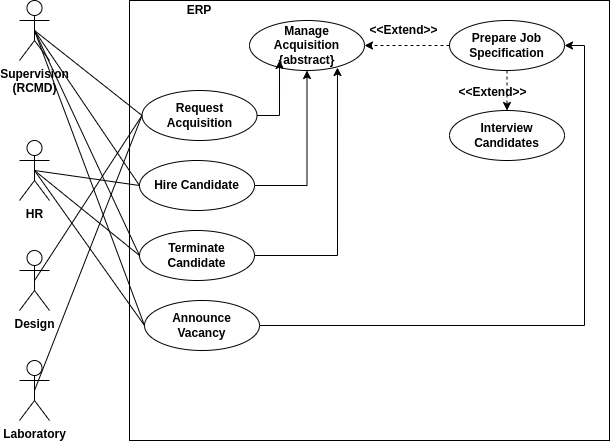
This is stadia/documentation/system-documentation/usecases/acquisition_usecase.drawio.png from Simonbelete/odoo-modules, a draw.io export, as it was before one commit. Source tidied: cells renumbered, new cells last; positions are measured from the earlier drawing's top-left corner, leaving out a move shared by most shapes. The source it was exported from:
```xml
<mxGraphModel>
  <root>
    <mxCell id="0" />
    <mxCell id="1" parent="0" />
    <mxCell id="2" value="Supervision&lt;br&gt;(RCMD)" style="shape=umlActor;verticalLabelPosition=bottom;labelBackgroundColor=#ffffff;verticalAlign=top;html=1;outlineConnect=0;fontStyle=1;" parent="1" vertex="1">
      <mxGeometry width="30" height="60" as="geometry" />
    </mxCell>
    <mxCell id="3" style="rounded=0;whiteSpace=wrap;html=1;" parent="1" vertex="1">
      <mxGeometry x="110" width="480" height="440" as="geometry" />
    </mxCell>
    <mxCell id="4" value="ERP" style="text;html=1;strokeColor=none;fillColor=none;align=center;verticalAlign=middle;whiteSpace=wrap;rounded=0;fontStyle=1;" parent="1" vertex="1">
      <mxGeometry x="120" width="120" height="20" as="geometry" />
    </mxCell>
    <mxCell id="5" value="Manage Acquisition&lt;br&gt;{abstract}" style="ellipse;whiteSpace=wrap;html=1;fontStyle=1;align=center;horizontal=1;labelBackgroundColor=none;labelBorderColor=none;shadow=0;" parent="1" vertex="1">
      <mxGeometry x="230" y="20" width="115" height="50" as="geometry" />
    </mxCell>
    <mxCell id="6" style="edgeStyle=orthogonalEdgeStyle;rounded=0;jettySize=auto;html=1;exitX=1;exitY=0.5;exitDx=0;exitDy=0;entryX=0.261;entryY=0.8;entryDx=0;entryDy=0;entryPerimeter=0;" parent="1" edge="1" source="7" target="5">
      <mxGeometry relative="1" as="geometry" />
    </mxCell>
    <mxCell id="7" value="Request&lt;br&gt;Acquisition" style="ellipse;whiteSpace=wrap;html=1;fontStyle=1;align=center;horizontal=1;labelBackgroundColor=none;labelBorderColor=none;shadow=0;" parent="1" vertex="1">
      <mxGeometry x="122.5" y="90" width="115" height="50" as="geometry" />
    </mxCell>
    <mxCell id="8" style="edgeStyle=orthogonalEdgeStyle;rounded=0;jettySize=auto;html=1;exitX=1;exitY=0.5;exitDx=0;exitDy=0;" parent="1" edge="1" source="9" target="5">
      <mxGeometry relative="1" as="geometry" />
    </mxCell>
    <mxCell id="9" value="Hire Candidate" style="ellipse;whiteSpace=wrap;html=1;fontStyle=1;align=center;horizontal=1;labelBackgroundColor=none;labelBorderColor=none;shadow=0;" parent="1" vertex="1">
      <mxGeometry x="120" y="160" width="115" height="50" as="geometry" />
    </mxCell>
    <mxCell id="10" style="edgeStyle=orthogonalEdgeStyle;rounded=0;jettySize=auto;html=1;exitX=1;exitY=0.5;exitDx=0;exitDy=0;entryX=0.765;entryY=0.94;entryDx=0;entryDy=0;entryPerimeter=0;" parent="1" edge="1" source="11" target="5">
      <mxGeometry relative="1" as="geometry" />
    </mxCell>
    <mxCell id="11" value="Terminate Candidate" style="ellipse;whiteSpace=wrap;html=1;fontStyle=1;align=center;horizontal=1;labelBackgroundColor=none;labelBorderColor=none;shadow=0;" parent="1" vertex="1">
      <mxGeometry x="120" y="230" width="115" height="50" as="geometry" />
    </mxCell>
    <mxCell id="12" style="endArrow=none;html=1;entryX=0;entryY=0.5;entryDx=0;entryDy=0;exitX=0.5;exitY=0.5;exitDx=0;exitDy=0;exitPerimeter=0;" parent="1" edge="1" source="2" target="9">
      <mxGeometry relative="1" as="geometry" />
    </mxCell>
    <mxCell id="13" value="HR" style="shape=umlActor;verticalLabelPosition=bottom;labelBackgroundColor=#ffffff;verticalAlign=top;html=1;outlineConnect=0;fontStyle=1;" parent="1" vertex="1">
      <mxGeometry y="140" width="30" height="60" as="geometry" />
    </mxCell>
    <mxCell id="14" style="endArrow=none;html=1;entryX=0;entryY=0.5;entryDx=0;entryDy=0;exitX=0.5;exitY=0.5;exitDx=0;exitDy=0;exitPerimeter=0;" parent="1" edge="1" source="2" target="7">
      <mxGeometry relative="1" as="geometry" />
    </mxCell>
    <mxCell id="15" value="Design&lt;br&gt;" style="shape=umlActor;verticalLabelPosition=bottom;labelBackgroundColor=#ffffff;verticalAlign=top;html=1;outlineConnect=0;fontStyle=1;" parent="1" vertex="1">
      <mxGeometry y="250" width="30" height="60" as="geometry" />
    </mxCell>
    <mxCell id="16" value="Laboratory" style="shape=umlActor;verticalLabelPosition=bottom;labelBackgroundColor=#ffffff;verticalAlign=top;html=1;outlineConnect=0;fontStyle=1;" parent="1" vertex="1">
      <mxGeometry y="360" width="30" height="60" as="geometry" />
    </mxCell>
    <mxCell id="17" value="Prepare Job&lt;br&gt;Specification" style="ellipse;whiteSpace=wrap;html=1;fontStyle=1;align=center;horizontal=1;labelBackgroundColor=none;labelBorderColor=none;shadow=0;" parent="1" vertex="1">
      <mxGeometry x="430" y="20" width="115" height="50" as="geometry" />
    </mxCell>
    <mxCell id="18" value="&amp;lt;&amp;lt;Extend&amp;gt;&amp;gt;" style="html=1;verticalAlign=middle;entryX=1;entryY=0.5;entryDx=0;entryDy=0;fontSize=12;fontStyle=1;fillColor=#ffffff;labelBackgroundColor=none;labelBorderColor=none;exitX=0;exitY=0.5;exitDx=0;exitDy=0;dashed=1;" parent="1" edge="1" source="17" target="5">
      <mxGeometry x="0.09" y="-15" relative="1" as="geometry" />
    </mxCell>
    <mxCell id="19" value="Interview&lt;br&gt;Candidates" style="ellipse;whiteSpace=wrap;html=1;fontStyle=1;align=center;horizontal=1;labelBackgroundColor=none;labelBorderColor=none;shadow=0;" parent="1" vertex="1">
      <mxGeometry x="430" y="110" width="115" height="50" as="geometry" />
    </mxCell>
    <mxCell id="20" value="&amp;lt;&amp;lt;Extend&amp;gt;&amp;gt;" style="html=1;verticalAlign=middle;entryX=0.5;entryY=0;entryDx=0;entryDy=0;fontSize=12;fontStyle=1;fillColor=#ffffff;labelBackgroundColor=none;labelBorderColor=none;exitX=0.5;exitY=1;exitDx=0;exitDy=0;dashed=1;" parent="1" edge="1" source="17" target="19">
      <mxGeometry x="0.09" y="-15" relative="1" as="geometry" />
    </mxCell>
    <mxCell id="21" style="endArrow=none;html=1;entryX=0;entryY=0.5;entryDx=0;entryDy=0;exitX=0.5;exitY=0.5;exitDx=0;exitDy=0;exitPerimeter=0;" parent="1" edge="1" source="2" target="11">
      <mxGeometry relative="1" as="geometry" />
    </mxCell>
    <mxCell id="22" style="endArrow=none;html=1;entryX=0;entryY=0.5;entryDx=0;entryDy=0;exitX=0.5;exitY=0.5;exitDx=0;exitDy=0;exitPerimeter=0;" parent="1" edge="1" source="13" target="9">
      <mxGeometry relative="1" as="geometry" />
    </mxCell>
    <mxCell id="23" style="endArrow=none;html=1;entryX=0;entryY=0.5;entryDx=0;entryDy=0;exitX=0.5;exitY=0.5;exitDx=0;exitDy=0;exitPerimeter=0;" parent="1" edge="1" source="13" target="11">
      <mxGeometry relative="1" as="geometry" />
    </mxCell>
    <mxCell id="24" style="edgeStyle=orthogonalEdgeStyle;rounded=0;jettySize=auto;html=1;exitX=1;exitY=0.5;exitDx=0;exitDy=0;entryX=1;entryY=0.5;entryDx=0;entryDy=0;" parent="1" edge="1" source="25" target="17">
      <mxGeometry relative="1" as="geometry" />
    </mxCell>
    <mxCell id="25" value="Announce&lt;br&gt;Vacancy" style="ellipse;whiteSpace=wrap;html=1;fontStyle=1;align=center;horizontal=1;labelBackgroundColor=none;labelBorderColor=none;shadow=0;" parent="1" vertex="1">
      <mxGeometry x="125" y="300" width="115" height="50" as="geometry" />
    </mxCell>
    <mxCell id="26" style="endArrow=none;html=1;entryX=0;entryY=0.5;entryDx=0;entryDy=0;exitX=0.5;exitY=0.5;exitDx=0;exitDy=0;exitPerimeter=0;" parent="1" edge="1" source="13" target="25">
      <mxGeometry relative="1" as="geometry" />
    </mxCell>
    <mxCell id="27" style="endArrow=none;html=1;entryX=0;entryY=0.5;entryDx=0;entryDy=0;exitX=0.5;exitY=0.5;exitDx=0;exitDy=0;exitPerimeter=0;" parent="1" edge="1" source="2" target="25">
      <mxGeometry relative="1" as="geometry" />
    </mxCell>
    <mxCell id="28" style="endArrow=none;html=1;entryX=0;entryY=0.5;entryDx=0;entryDy=0;exitX=0.5;exitY=0.5;exitDx=0;exitDy=0;exitPerimeter=0;" parent="1" edge="1" source="15" target="7">
      <mxGeometry relative="1" as="geometry" />
    </mxCell>
    <mxCell id="29" style="endArrow=none;html=1;entryX=0;entryY=0.5;entryDx=0;entryDy=0;exitX=0.5;exitY=0.5;exitDx=0;exitDy=0;exitPerimeter=0;" parent="1" edge="1" source="16" target="7">
      <mxGeometry relative="1" as="geometry" />
    </mxCell>
  </root>
</mxGraphModel>
```
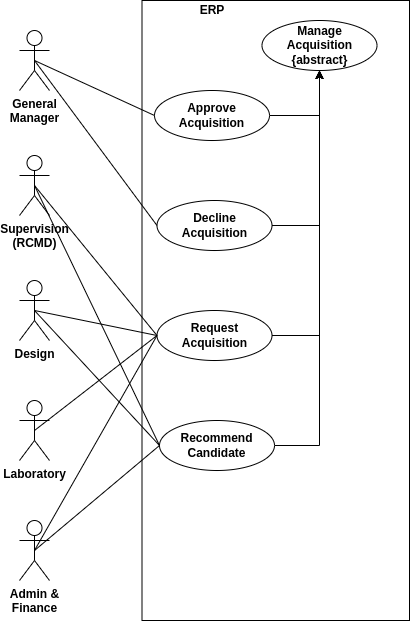
The same diagram one commit later.

Commit message:
docs(stadia srs): aquisiton usecase

Change to the diagram source:
```diff
@@ -2,89 +2,82 @@
   <root>
     <mxCell id="0" />
     <mxCell id="1" parent="0" />
-    <mxCell id="2" value="Supervision&lt;br&gt;(RCMD)" style="shape=umlActor;verticalLabelPosition=bottom;labelBackgroundColor=#ffffff;verticalAlign=top;html=1;outlineConnect=0;fontStyle=1;" parent="1" vertex="1">
-      <mxGeometry width="30" height="60" as="geometry" />
-    </mxCell>
-    <mxCell id="3" style="rounded=0;whiteSpace=wrap;html=1;" parent="1" vertex="1">
-      <mxGeometry x="110" width="480" height="440" as="geometry" />
-    </mxCell>
+    <mxCell id="30" style="rounded=0;whiteSpace=wrap;html=1;" parent="1" vertex="1">
+      <mxGeometry x="72.5" y="-1030" width="267.5" height="620" as="geometry" />
+    </mxCell>
     <mxCell id="4" value="ERP" style="text;html=1;strokeColor=none;fillColor=none;align=center;verticalAlign=middle;whiteSpace=wrap;rounded=0;fontStyle=1;" parent="1" vertex="1">
-      <mxGeometry x="120" width="120" height="20" as="geometry" />
+      <mxGeometry x="82.5" y="-1030" width="120" height="20" as="geometry" />
     </mxCell>
     <mxCell id="5" value="Manage Acquisition&lt;br&gt;{abstract}" style="ellipse;whiteSpace=wrap;html=1;fontStyle=1;align=center;horizontal=1;labelBackgroundColor=none;labelBorderColor=none;shadow=0;" parent="1" vertex="1">
-      <mxGeometry x="230" y="20" width="115" height="50" as="geometry" />
+      <mxGeometry x="192.5" y="-1010" width="115" height="50" as="geometry" />
     </mxCell>
+    <mxCell id="31" style="edgeStyle=orthogonalEdgeStyle;rounded=0;jettySize=auto;html=1;exitX=1;exitY=0.5;exitDx=0;exitDy=0;entryX=0.5;entryY=1;entryDx=0;entryDy=0;" parent="1" edge="1" source="32" target="5">
+      <mxGeometry relative="1" as="geometry" />
+    </mxCell>
+    <mxCell id="32" value="Approve&lt;br&gt;Acquisition" style="ellipse;whiteSpace=wrap;html=1;fontStyle=1;align=center;horizontal=1;labelBackgroundColor=none;labelBorderColor=none;shadow=0;" parent="1" vertex="1">
+      <mxGeometry x="85" y="-940" width="115" height="50" as="geometry" />
+    </mxCell>
-    <mxCell id="6" style="edgeStyle=orthogonalEdgeStyle;rounded=0;jettySize=auto;html=1;exitX=1;exitY=0.5;exitDx=0;exitDy=0;entryX=0.261;entryY=0.8;entryDx=0;entryDy=0;entryPerimeter=0;" parent="1" edge="1" source="7" target="5">
+    <mxCell id="6" style="edgeStyle=orthogonalEdgeStyle;rounded=0;jettySize=auto;html=1;exitX=1;exitY=0.5;exitDx=0;exitDy=0;entryX=0.5;entryY=1;entryDx=0;entryDy=0;" parent="1" edge="1" source="7" target="5">
       <mxGeometry relative="1" as="geometry" />
     </mxCell>
     <mxCell id="7" value="Request&lt;br&gt;Acquisition" style="ellipse;whiteSpace=wrap;html=1;fontStyle=1;align=center;horizontal=1;labelBackgroundColor=none;labelBorderColor=none;shadow=0;" parent="1" vertex="1">
-      <mxGeometry x="122.5" y="90" width="115" height="50" as="geometry" />
+      <mxGeometry x="87.5" y="-720" width="115" height="50" as="geometry" />
     </mxCell>
-    <mxCell id="8" style="edgeStyle=orthogonalEdgeStyle;rounded=0;jettySize=auto;html=1;exitX=1;exitY=0.5;exitDx=0;exitDy=0;" parent="1" edge="1" source="9" target="5">
-      <mxGeometry relative="1" as="geometry" />
-    </mxCell>
-    <mxCell id="9" value="Hire Candidate" style="ellipse;whiteSpace=wrap;html=1;fontStyle=1;align=center;horizontal=1;labelBackgroundColor=none;labelBorderColor=none;shadow=0;" parent="1" vertex="1">
-      <mxGeometry x="120" y="160" width="115" height="50" as="geometry" />
-    </mxCell>
-    <mxCell id="10" style="edgeStyle=orthogonalEdgeStyle;rounded=0;jettySize=auto;html=1;exitX=1;exitY=0.5;exitDx=0;exitDy=0;entryX=0.765;entryY=0.94;entryDx=0;entryDy=0;entryPerimeter=0;" parent="1" edge="1" source="11" target="5">
-      <mxGeometry relative="1" as="geometry" />
-    </mxCell>
-    <mxCell id="11" value="Terminate Candidate" style="ellipse;whiteSpace=wrap;html=1;fontStyle=1;align=center;horizontal=1;labelBackgroundColor=none;labelBorderColor=none;shadow=0;" parent="1" vertex="1">
-      <mxGeometry x="120" y="230" width="115" height="50" as="geometry" />
-    </mxCell>
-    <mxCell id="12" style="endArrow=none;html=1;entryX=0;entryY=0.5;entryDx=0;entryDy=0;exitX=0.5;exitY=0.5;exitDx=0;exitDy=0;exitPerimeter=0;" parent="1" edge="1" source="2" target="9">
-      <mxGeometry relative="1" as="geometry" />
-    </mxCell>
-    <mxCell id="13" value="HR" style="shape=umlActor;verticalLabelPosition=bottom;labelBackgroundColor=#ffffff;verticalAlign=top;html=1;outlineConnect=0;fontStyle=1;" parent="1" vertex="1">
-      <mxGeometry y="140" width="30" height="60" as="geometry" />
-    </mxCell>
+    <mxCell id="33" style="edgeStyle=orthogonalEdgeStyle;rounded=0;jettySize=auto;html=1;exitX=1;exitY=0.5;exitDx=0;exitDy=0;" parent="1" edge="1" source="34">
+      <mxGeometry relative="1" as="geometry">
+        <mxPoint x="250" y="-960" as="targetPoint" />
+      </mxGeometry>
+    </mxCell>
+    <mxCell id="34" value="Decline&lt;br&gt;Acquisition" style="ellipse;whiteSpace=wrap;html=1;fontStyle=1;align=center;horizontal=1;labelBackgroundColor=none;labelBorderColor=none;shadow=0;" parent="1" vertex="1">
+      <mxGeometry x="87.5" y="-830" width="115" height="50" as="geometry" />
+    </mxCell>
+    <mxCell id="35" value="General&lt;br&gt;Manager" style="shape=umlActor;verticalLabelPosition=bottom;labelBackgroundColor=#ffffff;verticalAlign=top;html=1;outlineConnect=0;fontStyle=1;" parent="1" vertex="1">
+      <mxGeometry x="-50" y="-1000" width="30" height="60" as="geometry" />
+    </mxCell>
+    <mxCell id="36" style="endArrow=none;html=1;entryX=0;entryY=0.5;entryDx=0;entryDy=0;exitX=0.5;exitY=0.5;exitDx=0;exitDy=0;exitPerimeter=0;" parent="1" edge="1" source="35" target="32">
+      <mxGeometry relative="1" as="geometry" />
+    </mxCell>
+    <mxCell id="37" style="endArrow=none;html=1;entryX=0;entryY=0.5;entryDx=0;entryDy=0;exitX=0.5;exitY=0.5;exitDx=0;exitDy=0;exitPerimeter=0;" parent="1" edge="1" source="35" target="34">
+      <mxGeometry relative="1" as="geometry" />
+    </mxCell>
+    <mxCell id="2" value="Supervision&lt;br&gt;(RCMD)" style="shape=umlActor;verticalLabelPosition=bottom;labelBackgroundColor=#ffffff;verticalAlign=top;html=1;outlineConnect=0;fontStyle=1;" parent="1" vertex="1">
+      <mxGeometry x="-50" y="-875" width="30" height="60" as="geometry" />
+    </mxCell>
     <mxCell id="14" style="endArrow=none;html=1;entryX=0;entryY=0.5;entryDx=0;entryDy=0;exitX=0.5;exitY=0.5;exitDx=0;exitDy=0;exitPerimeter=0;" parent="1" edge="1" source="2" target="7">
       <mxGeometry relative="1" as="geometry" />
     </mxCell>
     <mxCell id="15" value="Design&lt;br&gt;" style="shape=umlActor;verticalLabelPosition=bottom;labelBackgroundColor=#ffffff;verticalAlign=top;html=1;outlineConnect=0;fontStyle=1;" parent="1" vertex="1">
-      <mxGeometry y="250" width="30" height="60" as="geometry" />
+      <mxGeometry x="-50" y="-750" width="30" height="60" as="geometry" />
     </mxCell>
+    <mxCell id="28" style="endArrow=none;html=1;entryX=0;entryY=0.5;entryDx=0;entryDy=0;exitX=0.5;exitY=0.5;exitDx=0;exitDy=0;exitPerimeter=0;" parent="1" edge="1" source="15" target="7">
+      <mxGeometry relative="1" as="geometry" />
+    </mxCell>
     <mxCell id="16" value="Laboratory" style="shape=umlActor;verticalLabelPosition=bottom;labelBackgroundColor=#ffffff;verticalAlign=top;html=1;outlineConnect=0;fontStyle=1;" parent="1" vertex="1">
-      <mxGeometry y="360" width="30" height="60" as="geometry" />
+      <mxGeometry x="-50" y="-630" width="30" height="60" as="geometry" />
     </mxCell>
-    <mxCell id="17" value="Prepare Job&lt;br&gt;Specification" style="ellipse;whiteSpace=wrap;html=1;fontStyle=1;align=center;horizontal=1;labelBackgroundColor=none;labelBorderColor=none;shadow=0;" parent="1" vertex="1">
-      <mxGeometry x="430" y="20" width="115" height="50" as="geometry" />
-    </mxCell>
-    <mxCell id="18" value="&amp;lt;&amp;lt;Extend&amp;gt;&amp;gt;" style="html=1;verticalAlign=middle;entryX=1;entryY=0.5;entryDx=0;entryDy=0;fontSize=12;fontStyle=1;fillColor=#ffffff;labelBackgroundColor=none;labelBorderColor=none;exitX=0;exitY=0.5;exitDx=0;exitDy=0;dashed=1;" parent="1" edge="1" source="17" target="5">
-      <mxGeometry x="0.09" y="-15" relative="1" as="geometry" />
-    </mxCell>
-    <mxCell id="19" value="Interview&lt;br&gt;Candidates" style="ellipse;whiteSpace=wrap;html=1;fontStyle=1;align=center;horizontal=1;labelBackgroundColor=none;labelBorderColor=none;shadow=0;" parent="1" vertex="1">
-      <mxGeometry x="430" y="110" width="115" height="50" as="geometry" />
-    </mxCell>
-    <mxCell id="20" value="&amp;lt;&amp;lt;Extend&amp;gt;&amp;gt;" style="html=1;verticalAlign=middle;entryX=0.5;entryY=0;entryDx=0;entryDy=0;fontSize=12;fontStyle=1;fillColor=#ffffff;labelBackgroundColor=none;labelBorderColor=none;exitX=0.5;exitY=1;exitDx=0;exitDy=0;dashed=1;" parent="1" edge="1" source="17" target="19">
-      <mxGeometry x="0.09" y="-15" relative="1" as="geometry" />
-    </mxCell>
-    <mxCell id="21" style="endArrow=none;html=1;entryX=0;entryY=0.5;entryDx=0;entryDy=0;exitX=0.5;exitY=0.5;exitDx=0;exitDy=0;exitPerimeter=0;" parent="1" edge="1" source="2" target="11">
-      <mxGeometry relative="1" as="geometry" />
-    </mxCell>
-    <mxCell id="22" style="endArrow=none;html=1;entryX=0;entryY=0.5;entryDx=0;entryDy=0;exitX=0.5;exitY=0.5;exitDx=0;exitDy=0;exitPerimeter=0;" parent="1" edge="1" source="13" target="9">
-      <mxGeometry relative="1" as="geometry" />
-    </mxCell>
-    <mxCell id="23" style="endArrow=none;html=1;entryX=0;entryY=0.5;entryDx=0;entryDy=0;exitX=0.5;exitY=0.5;exitDx=0;exitDy=0;exitPerimeter=0;" parent="1" edge="1" source="13" target="11">
-      <mxGeometry relative="1" as="geometry" />
-    </mxCell>
-    <mxCell id="24" style="edgeStyle=orthogonalEdgeStyle;rounded=0;jettySize=auto;html=1;exitX=1;exitY=0.5;exitDx=0;exitDy=0;entryX=1;entryY=0.5;entryDx=0;entryDy=0;" parent="1" edge="1" source="25" target="17">
-      <mxGeometry relative="1" as="geometry" />
-    </mxCell>
-    <mxCell id="25" value="Announce&lt;br&gt;Vacancy" style="ellipse;whiteSpace=wrap;html=1;fontStyle=1;align=center;horizontal=1;labelBackgroundColor=none;labelBorderColor=none;shadow=0;" parent="1" vertex="1">
-      <mxGeometry x="125" y="300" width="115" height="50" as="geometry" />
-    </mxCell>
-    <mxCell id="26" style="endArrow=none;html=1;entryX=0;entryY=0.5;entryDx=0;entryDy=0;exitX=0.5;exitY=0.5;exitDx=0;exitDy=0;exitPerimeter=0;" parent="1" edge="1" source="13" target="25">
-      <mxGeometry relative="1" as="geometry" />
-    </mxCell>
-    <mxCell id="27" style="endArrow=none;html=1;entryX=0;entryY=0.5;entryDx=0;entryDy=0;exitX=0.5;exitY=0.5;exitDx=0;exitDy=0;exitPerimeter=0;" parent="1" edge="1" source="2" target="25">
-      <mxGeometry relative="1" as="geometry" />
-    </mxCell>
-    <mxCell id="28" style="endArrow=none;html=1;entryX=0;entryY=0.5;entryDx=0;entryDy=0;exitX=0.5;exitY=0.5;exitDx=0;exitDy=0;exitPerimeter=0;" parent="1" edge="1" source="15" target="7">
-      <mxGeometry relative="1" as="geometry" />
-    </mxCell>
+    <mxCell id="38" value="Admin &amp;amp;&lt;br&gt;Finance" style="shape=umlActor;verticalLabelPosition=bottom;labelBackgroundColor=#ffffff;verticalAlign=top;html=1;outlineConnect=0;fontStyle=1;" parent="1" vertex="1">
+      <mxGeometry x="-50" y="-510" width="30" height="60" as="geometry" />
+    </mxCell>
     <mxCell id="29" style="endArrow=none;html=1;entryX=0;entryY=0.5;entryDx=0;entryDy=0;exitX=0.5;exitY=0.5;exitDx=0;exitDy=0;exitPerimeter=0;" parent="1" edge="1" source="16" target="7">
       <mxGeometry relative="1" as="geometry" />
     </mxCell>
+    <mxCell id="39" style="endArrow=none;html=1;exitX=0.5;exitY=0.5;exitDx=0;exitDy=0;exitPerimeter=0;entryX=0;entryY=0.5;entryDx=0;entryDy=0;" parent="1" edge="1" source="38" target="7">
+      <mxGeometry relative="1" as="geometry" />
+    </mxCell>
+    <mxCell id="40" style="edgeStyle=orthogonalEdgeStyle;rounded=0;jettySize=auto;html=1;exitX=1;exitY=0.5;exitDx=0;exitDy=0;entryX=0.5;entryY=1;entryDx=0;entryDy=0;" parent="1" edge="1" source="41" target="5">
+      <mxGeometry relative="1" as="geometry" />
+    </mxCell>
+    <mxCell id="41" value="Recommend Candidate" style="ellipse;whiteSpace=wrap;html=1;fontStyle=1;align=center;horizontal=1;labelBackgroundColor=none;labelBorderColor=none;shadow=0;" parent="1" vertex="1">
+      <mxGeometry x="90" y="-610" width="115" height="50" as="geometry" />
+    </mxCell>
+    <mxCell id="42" style="endArrow=none;html=1;entryX=0;entryY=0.5;entryDx=0;entryDy=0;exitX=0.5;exitY=0.5;exitDx=0;exitDy=0;exitPerimeter=0;" parent="1" edge="1" source="2" target="41">
+      <mxGeometry relative="1" as="geometry" />
+    </mxCell>
+    <mxCell id="43" style="endArrow=none;html=1;entryX=0;entryY=0.5;entryDx=0;entryDy=0;exitX=0.5;exitY=0.5;exitDx=0;exitDy=0;exitPerimeter=0;" parent="1" edge="1" source="15" target="41">
+      <mxGeometry relative="1" as="geometry" />
+    </mxCell>
+    <mxCell id="44" style="endArrow=none;html=1;exitX=0.5;exitY=0.5;exitDx=0;exitDy=0;exitPerimeter=0;entryX=0;entryY=0.5;entryDx=0;entryDy=0;" parent="1" edge="1" source="38" target="41">
+      <mxGeometry relative="1" as="geometry" />
+    </mxCell>
   </root>
 </mxGraphModel>
```
